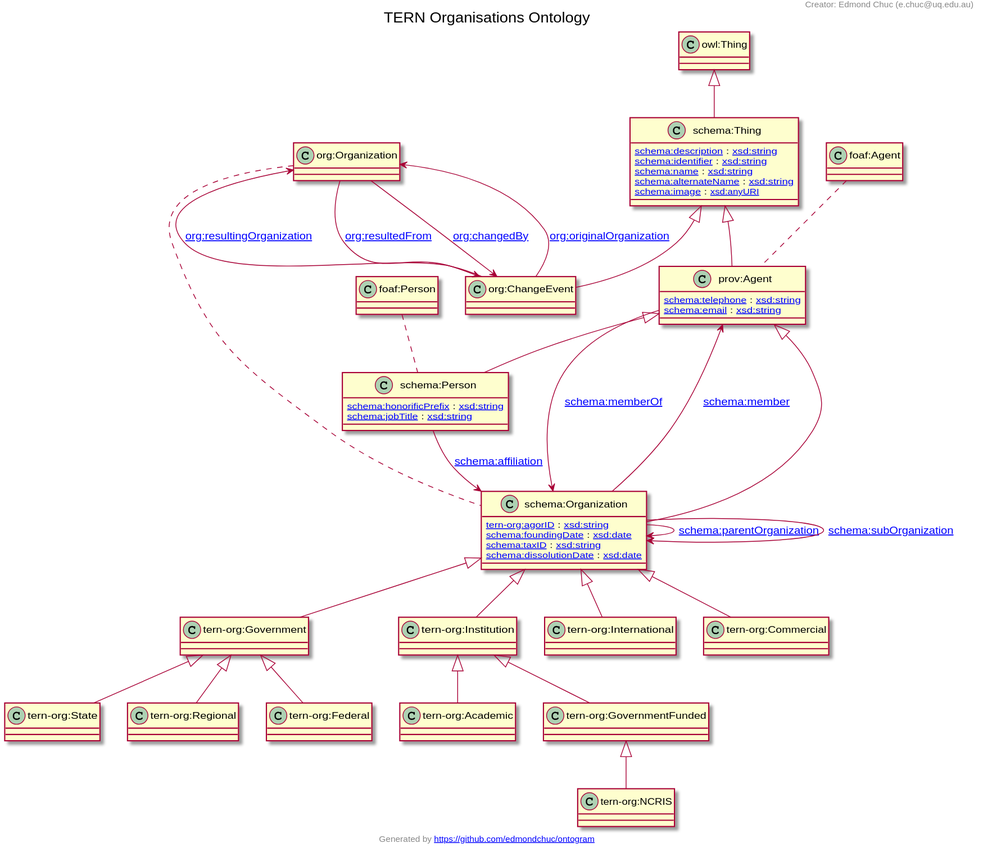
The PlantUML diagram docs/tern-org.ttl.txt.svg in ternaustralia/ontology_tern-org, before a commit.
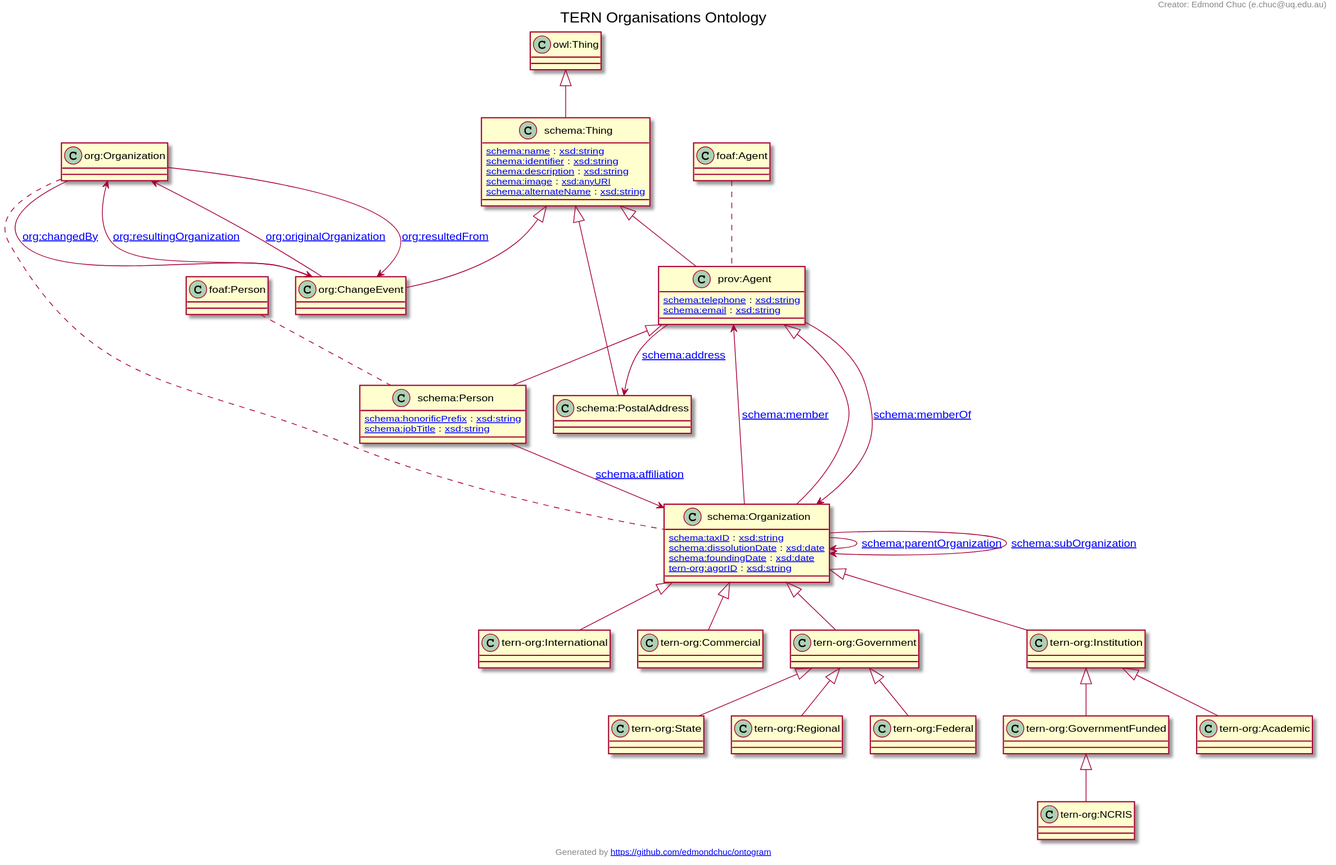
After the change.

Commit message:
Added schema:PostalAddress and its properties

The edit, as a diff of the source:
```diff
@@ -1,75 +1,79 @@
 @startuml
 title TERN Organisations Ontology
 "prov:Agent" <|-- "schema:Organization"
+"prov:Agent" <|-- "schema:Person"
 "owl:Thing" <|-- "schema:Thing"
-"tern-org:Government" <|-- "tern-org:Regional"
-"schema:Organization" <|-- "tern-org:Government"
-"tern-org:GovernmentFunded" <|-- "tern-org:NCRIS"
-"schema:Organization" <|-- "tern-org:Institution"
-"schema:Thing" <|-- "org:ChangeEvent"
-"schema:Thing" <|-- "prov:Agent"
-"tern-org:Government" <|-- "tern-org:Federal"
-"prov:Agent" <|-- "schema:Person"
-"tern-org:Institution" <|-- "tern-org:Academic"
-"tern-org:Government" <|-- "tern-org:State"
 "schema:Organization" <|-- "tern-org:International"
 "schema:Organization" <|-- "tern-org:Commercial"
+"schema:Organization" <|-- "tern-org:Government"
+"schema:Thing" <|-- "org:ChangeEvent"
+"tern-org:Government" <|-- "tern-org:Regional"
+"tern-org:Government" <|-- "tern-org:Federal"
+"tern-org:Institution" <|-- "tern-org:Academic"
+"schema:Organization" <|-- "tern-org:Institution"
+"tern-org:GovernmentFunded" <|-- "tern-org:NCRIS"
+"schema:Thing" <|-- "schema:PostalAddress"
 "tern-org:Institution" <|-- "tern-org:GovernmentFunded"
+"tern-org:Government" <|-- "tern-org:State"
+"schema:Thing" <|-- "prov:Agent"
 Class "schema:Organization" [[http://schema.org/Organization]] {
-[[https://w3id.org/tern/ontologies/org/agorID tern-org:agorID]] : [[http://www.w3.org/2001/XMLSchema#string xsd:string]]
-[[http://schema.org/foundingDate schema:foundingDate]] : [[http://www.w3.org/2001/XMLSchema#date xsd:date]]
 [[http://schema.org/taxID schema:taxID]] : [[http://www.w3.org/2001/XMLSchema#string xsd:string]]
 [[http://schema.org/dissolutionDate schema:dissolutionDate]] : [[http://www.w3.org/2001/XMLSchema#date xsd:date]]
+[[http://schema.org/foundingDate schema:foundingDate]] : [[http://www.w3.org/2001/XMLSchema#date xsd:date]]
+[[https://w3id.org/tern/ontologies/org/agorID tern-org:agorID]] : [[http://www.w3.org/2001/XMLSchema#string xsd:string]]
+}
+Class "schema:Person" [[http://schema.org/Person]] {
+[[http://schema.org/honorificPrefix schema:honorificPrefix]] : [[http://www.w3.org/2001/XMLSchema#string xsd:string]]
+[[http://schema.org/jobTitle schema:jobTitle]] : [[http://www.w3.org/2001/XMLSchema#string xsd:string]]
 }
 Class "schema:Thing" [[http://schema.org/Thing]] {
+[[http://schema.org/name schema:name]] : [[http://www.w3.org/2001/XMLSchema#string xsd:string]]
+[[http://schema.org/identifier schema:identifier]] : [[http://www.w3.org/2001/XMLSchema#string xsd:string]]
 [[http://schema.org/description schema:description]] : [[http://www.w3.org/2001/XMLSchema#string xsd:string]]
-[[http://schema.org/identifier schema:identifier]] : [[http://www.w3.org/2001/XMLSchema#string xsd:string]]
-[[http://schema.org/name schema:name]] : [[http://www.w3.org/2001/XMLSchema#string xsd:string]]
+[[http://schema.org/image schema:image]] : [[http://www.w3.org/2001/XMLSchema#anyURI xsd:anyURI]]
 [[http://schema.org/alternateName schema:alternateName]] : [[http://www.w3.org/2001/XMLSchema#string xsd:string]]
-[[http://schema.org/image schema:image]] : [[http://www.w3.org/2001/XMLSchema#anyURI xsd:anyURI]]
+}
+Class "tern-org:International" [[https://w3id.org/tern/ontologies/org/International]] {
+}
+Class "tern-org:Commercial" [[https://w3id.org/tern/ontologies/org/Commercial]] {
+}
+Class "tern-org:Government" [[https://w3id.org/tern/ontologies/org/Government]] {
+}
+Class "org:ChangeEvent" [[http://www.w3.org/ns/org#ChangeEvent]] {
 }
 Class "tern-org:Regional" [[https://w3id.org/tern/ontologies/org/Regional]] {
 }
-Class "tern-org:Government" [[https://w3id.org/tern/ontologies/org/Government]] {
+Class "tern-org:Federal" [[https://w3id.org/tern/ontologies/org/Federal]] {
+}
+Class "tern-org:Academic" [[https://w3id.org/tern/ontologies/org/Academic]] {
+}
+Class "tern-org:Institution" [[https://w3id.org/tern/ontologies/org/Institution]] {
 }
 Class "tern-org:NCRIS" [[https://w3id.org/tern/ontologies/org/NCRIS]] {
 }
-Class "tern-org:Institution" [[https://w3id.org/tern/ontologies/org/Institution]] {
+Class "schema:PostalAddress" [[http://schema.org/PostalAddress]] {
 }
-Class "org:ChangeEvent" [[http://www.w3.org/ns/org#ChangeEvent]] {
+Class "tern-org:GovernmentFunded" [[https://w3id.org/tern/ontologies/org/GovernmentFunded]] {
+}
+Class "tern-org:State" [[https://w3id.org/tern/ontologies/org/State]] {
 }
 Class "prov:Agent" [[http://www.w3.org/ns/prov#Agent]] {
 [[http://schema.org/telephone schema:telephone]] : [[http://www.w3.org/2001/XMLSchema#string xsd:string]]
 [[http://schema.org/email schema:email]] : [[http://www.w3.org/2001/XMLSchema#string xsd:string]]
 }
-Class "tern-org:Federal" [[https://w3id.org/tern/ontologies/org/Federal]] {
-}
-Class "schema:Person" [[http://schema.org/Person]] {
-[[http://schema.org/honorificPrefix schema:honorificPrefix]] : [[http://www.w3.org/2001/XMLSchema#string xsd:string]]
-[[http://schema.org/jobTitle schema:jobTitle]] : [[http://www.w3.org/2001/XMLSchema#string xsd:string]]
-}
-Class "tern-org:Academic" [[https://w3id.org/tern/ontologies/org/Academic]] {
-}
-Class "tern-org:State" [[https://w3id.org/tern/ontologies/org/State]] {
-}
-Class "tern-org:International" [[https://w3id.org/tern/ontologies/org/International]] {
-}
-Class "tern-org:Commercial" [[https://w3id.org/tern/ontologies/org/Commercial]] {
-}
-Class "tern-org:GovernmentFunded" [[https://w3id.org/tern/ontologies/org/GovernmentFunded]] {
-}
+"prov:Agent" --> "schema:PostalAddress" : "[[http://schema.org/address schema:address]]"
 "schema:Organization" --> "schema:Organization" : "[[http://schema.org/parentOrganization schema:parentOrganization]]"
-"org:ChangeEvent" --> "org:Organization" : "[[http://www.w3.org/ns/org#originalOrganization org:originalOrganization]]"
+"org:ChangeEvent" --> "org:Organization" : "[[http://www.w3.org/ns/org#resultingOrganization org:resultingOrganization]]"
 "schema:Organization" --> "prov:Agent" : "[[http://schema.org/member schema:member]]"
+"org:Organization" --> "org:ChangeEvent" : "[[http://www.w3.org/ns/org#resultedFrom org:resultedFrom]]"
 "schema:Person" --> "schema:Organization" : "[[http://schema.org/affiliation schema:affiliation]]"
-"org:ChangeEvent" --> "org:Organization" : "[[http://www.w3.org/ns/org#resultingOrganization org:resultingOrganization]]"
 "schema:Organization" --> "schema:Organization" : "[[http://schema.org/subOrganization schema:subOrganization]]"
 "prov:Agent" --> "schema:Organization" : "[[http://schema.org/memberOf schema:memberOf]]"
-"org:Organization" --> "org:ChangeEvent" : "[[http://www.w3.org/ns/org#resultedFrom org:resultedFrom]]"
+"org:ChangeEvent" --> "org:Organization" : "[[http://www.w3.org/ns/org#originalOrganization org:originalOrganization]]"
 "org:Organization" --> "org:ChangeEvent" : "[[http://www.w3.org/ns/org#changedBy org:changedBy]]"
 "org:Organization" .. "schema:Organization"
+"foaf:Person" .. "schema:Person"
 "foaf:Agent" .. "prov:Agent"
-"foaf:Person" .. "schema:Person"
 header
 Creator: Edmond Chuc (e.chuc@uq.edu.au)
 endheader
```
